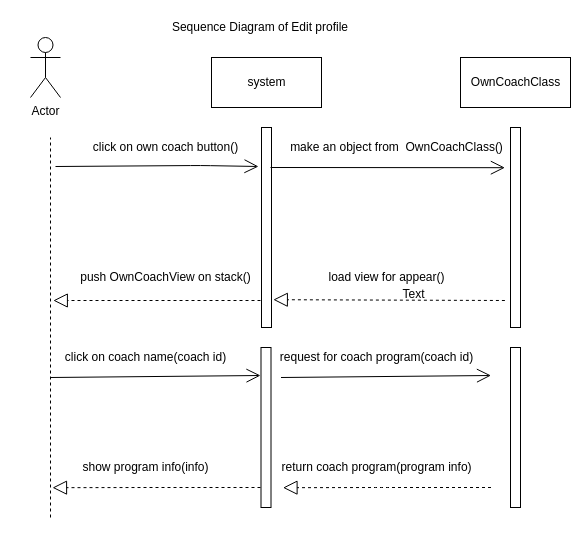
mmohajer9/sama-online-coaching-system keeps this draw.io diagram as Behavioral Modeling/Sequence Diagram of own coach.drawio. Above is the earlier version. Source tidied: cells renumbered, new cells numbered last; positions are measured from the earlier drawing's top-left corner, leaving out a move shared by most shapes. Both pictures are drawn from the tidied source at 100%, with x=0, y=0 at pixel (30, 17).
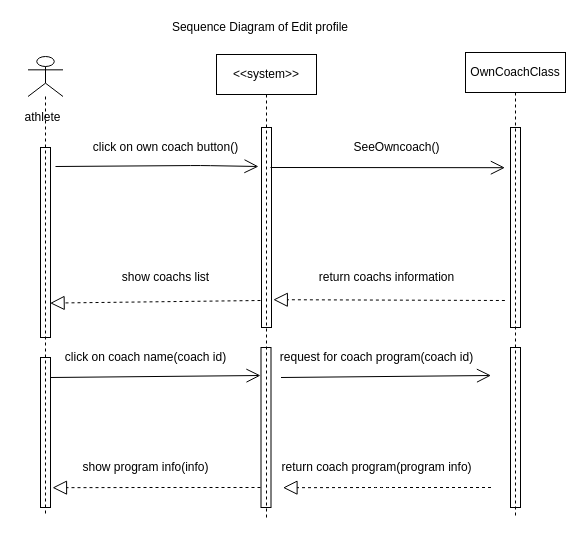
Above is the later version.

What changed in the source:
```diff
@@
-    <mxCell id="2" value="Actor" style="shape=umlActor;verticalLabelPosition=bottom;labelBackgroundColor=#ffffff;verticalAlign=top;html=1;" parent="1" vertex="1">
-      <mxGeometry y="20" width="30" height="60" as="geometry" />
-    </mxCell>
@@
-    <mxCell id="4" value="OwnCoachClass" style="html=1;" parent="1" vertex="1">
-      <mxGeometry x="430" y="40" width="110" height="50" as="geometry" />
-    </mxCell>
@@
-    <mxCell id="7" style="endArrow=block;dashed=1;endFill=0;endSize=12;html=1;entryX=1.28;entryY=0.865;entryDx=0;entryDy=0;entryPerimeter=0;" parent="1" edge="1">
-      <mxGeometry relative="1" as="geometry">
-        <mxPoint x="230" y="283" as="sourcePoint" />
-        <mxPoint x="22.8" y="283" as="targetPoint" />
-      </mxGeometry>
-    </mxCell>
-    <mxCell id="8" value="push OwnCoachView on stack()" style="text;html=1;align=center;verticalAlign=middle;" parent="1" vertex="1">
-      <mxGeometry x="40" y="250" width="190" height="20" as="geometry" />
+    <mxCell id="8" value="show coachs list" style="text;html=1;align=center;verticalAlign=middle;" parent="1" vertex="1">
+      <mxGeometry x="85" y="250" width="100" height="20" as="geometry" />
     </mxCell>
@@
-    <mxCell id="13" value="system" style="html=1;" parent="1" vertex="1">
-      <mxGeometry x="181" y="40" width="110" height="50" as="geometry" />
-    </mxCell>
@@
-    <mxCell id="15" value="make an object from&amp;nbsp; OwnCoachClass()" style="text;html=1;align=center;verticalAlign=middle;" parent="1" vertex="1">
-      <mxGeometry x="250.5" y="120" width="230" height="20" as="geometry" />
+    <mxCell id="15" value="SeeOwncoach()" style="text;html=1;align=center;verticalAlign=middle;" parent="1" vertex="1">
+      <mxGeometry x="315.5" y="120" width="100" height="20" as="geometry" />
     </mxCell>
@@
-    <mxCell id="17" value="load view for appear()" style="text;html=1;align=center;verticalAlign=middle;" parent="1" vertex="1">
-      <mxGeometry x="291" y="250" width="130" height="20" as="geometry" />
+    <mxCell id="17" value="return coachs information" style="text;html=1;align=center;verticalAlign=middle;" parent="1" vertex="1">
+      <mxGeometry x="281" y="250" width="150" height="20" as="geometry" />
     </mxCell>
@@
-    <mxCell id="21" style="endArrow=none;dashed=1;html=1;" parent="1" edge="1">
-      <mxGeometry relative="1" as="geometry">
-        <mxPoint x="20" y="500" as="sourcePoint" />
-        <mxPoint x="20" y="120" as="targetPoint" />
-      </mxGeometry>
-    </mxCell>
-    <mxCell id="22" value="Text" style="text;html=1;align=center;verticalAlign=middle;" parent="1" vertex="1">
-      <mxGeometry x="363" y="267" width="40" height="20" as="geometry" />
-    </mxCell>
@@
+    <mxCell id="4" value="&lt;span style=&quot;white-space: nowrap&quot;&gt;OwnCoachClass&lt;/span&gt;" style="shape=umlLifeline;perimeter=lifelinePerimeter;whiteSpace=wrap;html=1;" parent="1" vertex="1">
+      <mxGeometry x="435" y="35" width="100" height="465" as="geometry" />
+    </mxCell>
+    <mxCell id="28" value="&lt;span style=&quot;white-space: nowrap&quot;&gt;&amp;lt;&amp;lt;system&amp;gt;&amp;gt;&lt;/span&gt;" style="shape=umlLifeline;perimeter=lifelinePerimeter;whiteSpace=wrap;html=1;" parent="1" vertex="1">
+      <mxGeometry x="186" y="37" width="100" height="464" as="geometry" />
+    </mxCell>
+    <mxCell id="29" style="html=1;perimeter=orthogonalPerimeter;" parent="1" vertex="1">
+      <mxGeometry x="10" y="340" width="10" height="150" as="geometry" />
+    </mxCell>
+    <mxCell id="30" style="html=1;points=[];perimeter=orthogonalPerimeter;" parent="1" vertex="1">
+      <mxGeometry x="10" y="130" width="10" height="190" as="geometry" />
+    </mxCell>
+    <mxCell id="31" style="endArrow=block;dashed=1;endFill=0;endSize=12;html=1;entryX=0.96;entryY=0.819;entryDx=0;entryDy=0;entryPerimeter=0;" parent="1" edge="1" target="30">
+      <mxGeometry relative="1" as="geometry">
+        <mxPoint x="230" y="283" as="sourcePoint" />
+      </mxGeometry>
+    </mxCell>
+    <mxCell id="32" style="shape=umlLifeline;participant=umlActor;perimeter=lifelinePerimeter;whiteSpace=wrap;html=1;verticalAlign=top;spacingTop=36;labelBackgroundColor=#ffffff;" parent="1" vertex="1">
+      <mxGeometry x="-2.5" y="39" width="35" height="460" as="geometry" />
+    </mxCell>
+    <mxCell id="33" value="athlete" style="text;html=1;align=center;verticalAlign=middle;" parent="32" vertex="1">
+      <mxGeometry x="-10.5" y="51" width="50" height="20" as="geometry" />
+    </mxCell>
```
